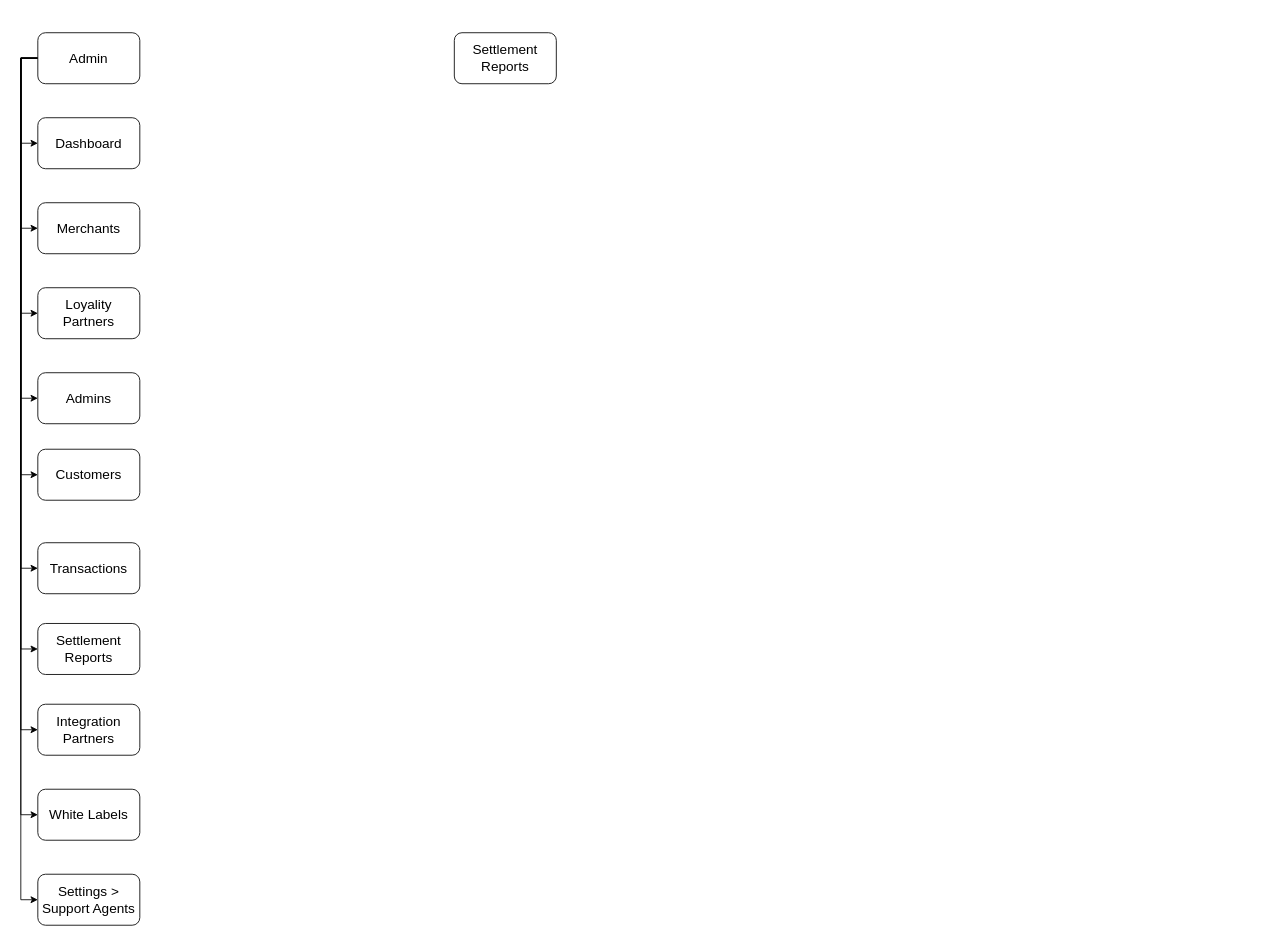
Before: page "Admin" (2 of 6) of payelio/Payelio - Flow Diagram.drawio in gulbitz/diagrams.net, a draw.io diagram. Source tidied: cells renumbered, new cells numbered last; positions are measured from the earlier drawing's top-left corner, leaving out a move shared by most shapes. Both pictures are drawn from the tidied source at 85%, with x=0, y=0 at pixel (37, 32).
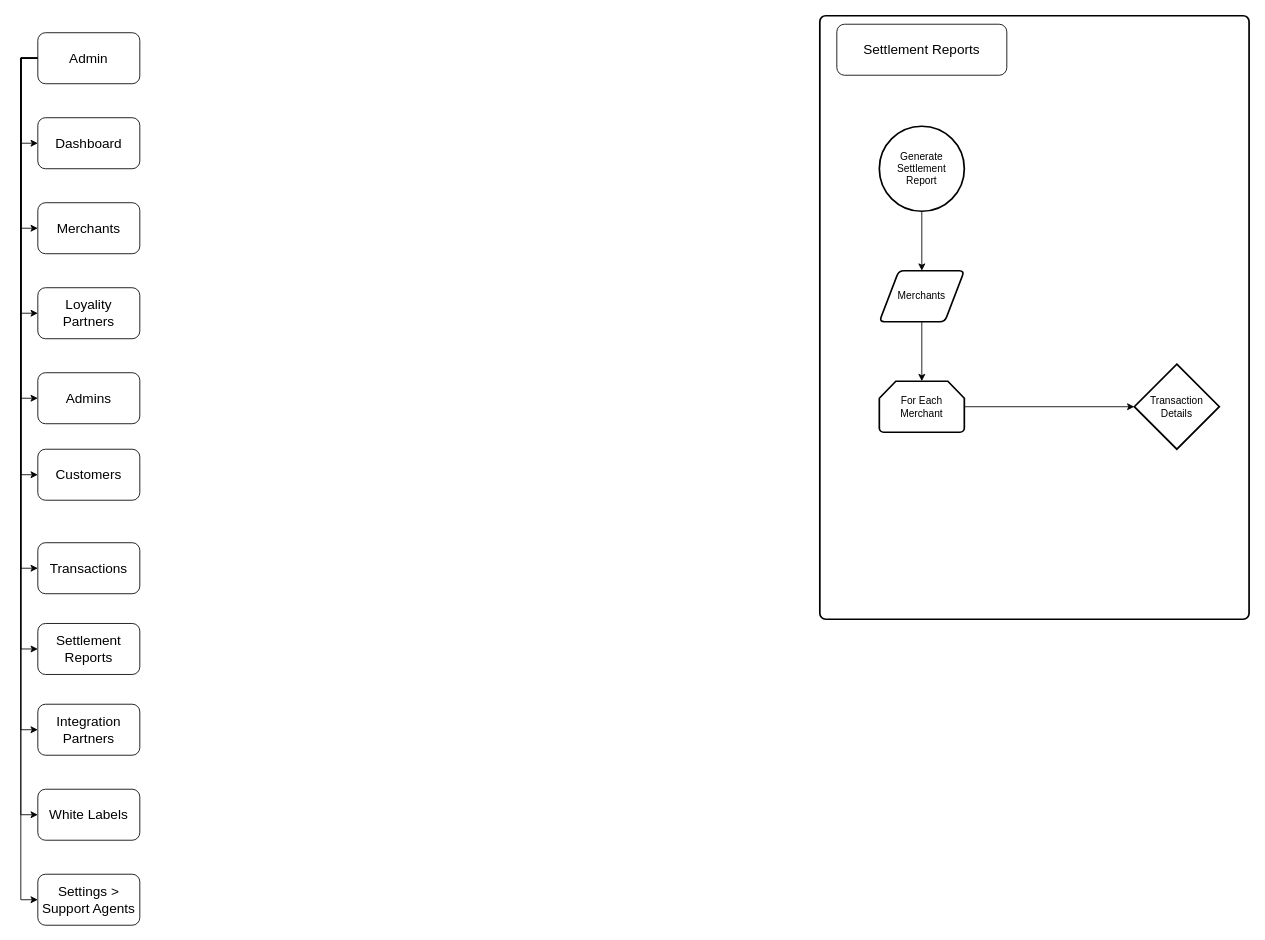
The same diagram, later.

What changed in the source:
```diff
@@
+    <mxCell id="24" style="rounded=1;whiteSpace=wrap;html=1;absoluteArcSize=1;arcSize=14;strokeWidth=2;" parent="1" vertex="1">
+      <mxGeometry x="920" y="-20" width="505" height="710" as="geometry" />
+    </mxCell>
@@
     <mxCell id="23" value="&lt;font style=&quot;font-size: 16px;&quot;&gt;Settlement Reports&lt;/font&gt;" style="rounded=1;whiteSpace=wrap;html=1;" parent="1" vertex="1">
-      <mxGeometry x="490" width="120" height="60" as="geometry" />
+      <mxGeometry x="940" y="-10" width="200" height="60" as="geometry" />
     </mxCell>
+    <mxCell id="25" style="edgeStyle=orthogonalEdgeStyle;rounded=0;jettySize=auto;html=1;exitX=0.5;exitY=1;exitDx=0;exitDy=0;exitPerimeter=0;entryX=0.5;entryY=0;entryDx=0;entryDy=0;" parent="1" edge="1" source="26" target="28">
+      <mxGeometry relative="1" as="geometry" />
+    </mxCell>
+    <mxCell id="26" value="Generate&lt;br&gt;Settlement&lt;br&gt;Report" style="strokeWidth=2;html=1;shape=mxgraph.flowchart.start_2;whiteSpace=wrap;" parent="1" vertex="1">
+      <mxGeometry x="990" y="110" width="100" height="100" as="geometry" />
+    </mxCell>
+    <mxCell id="27" style="edgeStyle=orthogonalEdgeStyle;rounded=0;jettySize=auto;html=1;exitX=0.5;exitY=1;exitDx=0;exitDy=0;entryX=0.5;entryY=0;entryDx=0;entryDy=0;entryPerimeter=0;" parent="1" edge="1" source="28" target="30">
+      <mxGeometry relative="1" as="geometry" />
+    </mxCell>
+    <mxCell id="28" value="Merchants" style="shape=parallelogram;html=1;strokeWidth=2;perimeter=parallelogramPerimeter;whiteSpace=wrap;rounded=1;arcSize=12;size=0.23;" parent="1" vertex="1">
+      <mxGeometry x="990" y="280" width="100" height="60" as="geometry" />
+    </mxCell>
+    <mxCell id="29" style="edgeStyle=orthogonalEdgeStyle;rounded=0;jettySize=auto;html=1;" parent="1" edge="1" source="30" target="31">
+      <mxGeometry relative="1" as="geometry" />
+    </mxCell>
+    <mxCell id="30" value="For Each Merchant" style="strokeWidth=2;html=1;shape=mxgraph.flowchart.loop_limit;whiteSpace=wrap;" parent="1" vertex="1">
+      <mxGeometry x="990" y="410" width="100" height="60" as="geometry" />
+    </mxCell>
+    <mxCell id="31" value="Transaction&lt;br&gt;Details" style="rhombus;whiteSpace=wrap;html=1;strokeWidth=2;" parent="1" vertex="1">
+      <mxGeometry x="1290" y="390" width="100" height="100" as="geometry" />
+    </mxCell>
```
